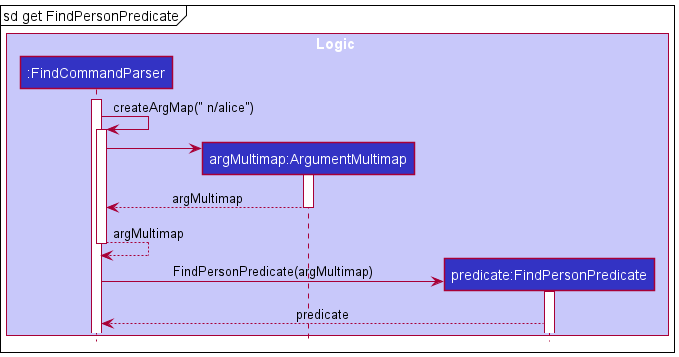
Above: docs/images/FindPersonPredicate.png in tandeshao/tp (PlantUML), before the change. The source it was exported from:
```plantuml
@startuml
!include style.puml
mainframe sd get FindPersonPredicate

box Logic LOGIC_COLOR_T1
participant ":FindCommandParser" as FindCommandParser LOGIC_COLOR
participant "argMultimap:ArgumentMultimap" as ArgMultimap LOGIC_COLOR
participant "predicate:FindPersonPredicate" as FindPersonPredicate LOGIC_COLOR
end box


activate FindCommandParser
FindCommandParser -> FindCommandParser : createArgMap(" n/alice")
activate FindCommandParser
create ArgMultimap
FindCommandParser -> ArgMultimap
activate ArgMultimap
ArgMultimap --> FindCommandParser : argMultimap
deactivate ArgMultimap

FindCommandParser --> FindCommandParser : argMultimap
deactivate FindCommandParser

create FindPersonPredicate
FindCommandParser -> FindPersonPredicate : FindPersonPredicate(argMultimap)
activate FindPersonPredicate
FindPersonPredicate --> FindCommandParser : predicate
@enduml
```
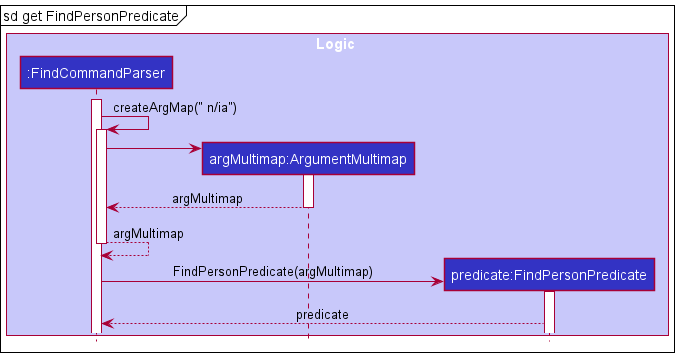
After the commit.

Change to the diagram source:
```diff
@@ -10,7 +10,7 @@
 
 
 activate FindCommandParser
-FindCommandParser -> FindCommandParser : createArgMap(" n/alice")
+FindCommandParser -> FindCommandParser : createArgMap(" n/ia")
 activate FindCommandParser
 create ArgMultimap
 FindCommandParser -> ArgMultimap
```
